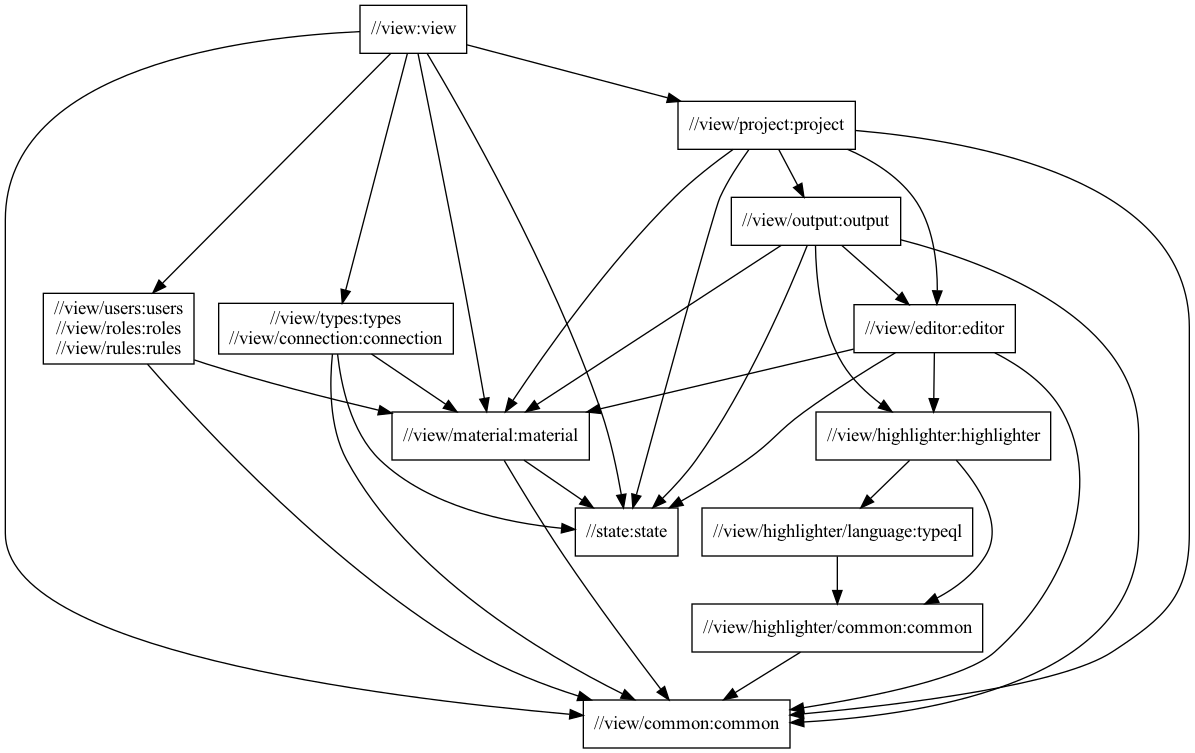
The Graphviz diagram docs/view-package-structure.png in typedb/typedb-studio, before a commit. Its source is kept beside it as docs/view-package-structure.dot.
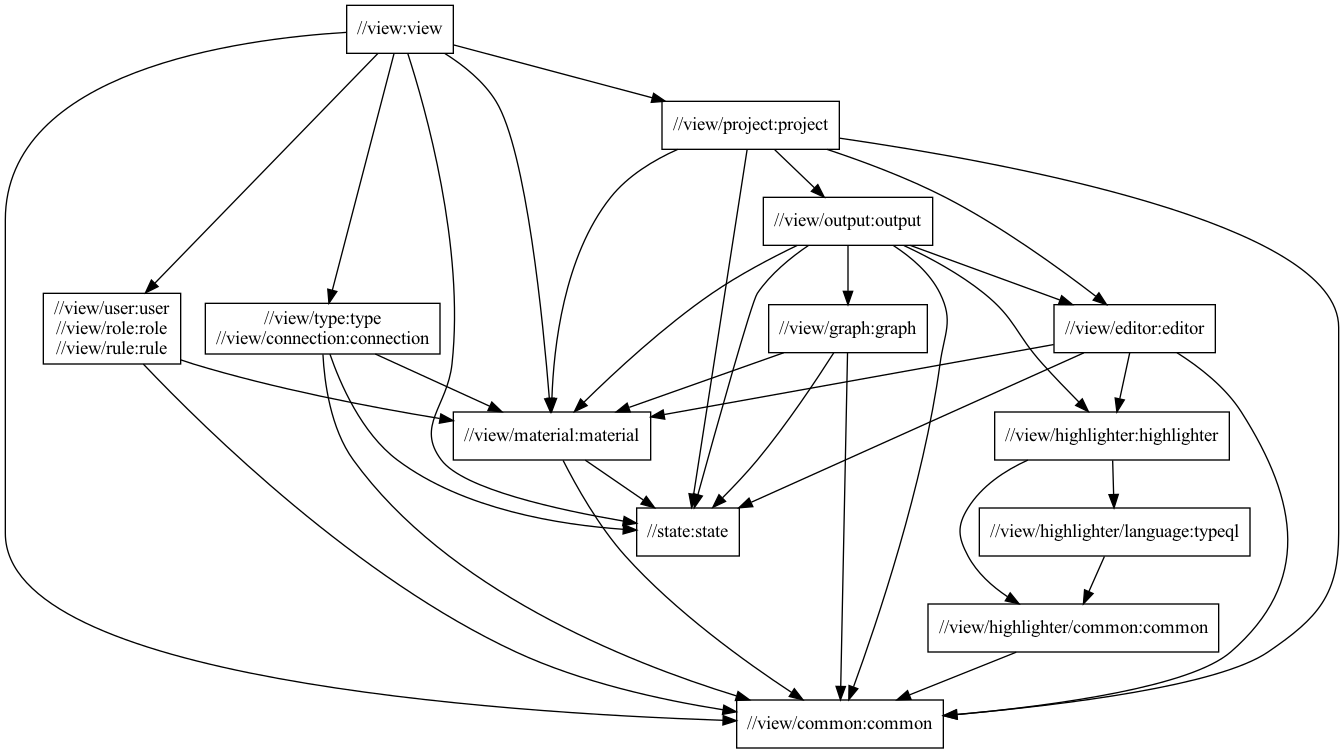
Later version of the same file.

Commit message:
Update package structure documentation diagrams

Diff of the diagram source:
```diff
@@ -2,18 +2,11 @@
   node [shape=box];
   "//view:view"
   "//view:view" -> "//view/common:common"
-  "//view:view" -> "//view/types:types\n//view/connection:connection"
+  "//view:view" -> "//view/type:type\n//view/connection:connection"
   "//view:view" -> "//view/material:material"
   "//view:view" -> "//view/project:project"
-  "//view:view" -> "//view/users:users\n//view/roles:roles\n//view/rules:rules"
+  "//view:view" -> "//view/user:user\n//view/role:role\n//view/rule:rule"
   "//view:view" -> "//state:state"
-  "//view/users:users\n//view/roles:roles\n//view/rules:rules"
-  "//view/users:users\n//view/roles:roles\n//view/rules:rules" -> "//view/common:common"
-  "//view/users:users\n//view/roles:roles\n//view/rules:rules" -> "//view/material:material"
-  "//view/types:types\n//view/connection:connection"
-  "//view/types:types\n//view/connection:connection" -> "//view/common:common"
-  "//view/types:types\n//view/connection:connection" -> "//view/material:material"
-  "//view/types:types\n//view/connection:connection" -> "//state:state"
   "//view/project:project"
   "//view/project:project" -> "//view/common:common"
   "//view/project:project" -> "//view/editor:editor"
@@ -23,18 +16,22 @@
   "//view/output:output"
   "//view/output:output" -> "//view/common:common"
   "//view/output:output" -> "//view/editor:editor"
+  "//view/output:output" -> "//view/graph:graph"
   "//view/output:output" -> "//view/highlighter:highlighter"
   "//view/output:output" -> "//view/material:material"
   "//view/output:output" -> "//state:state"
+  "//view/graph:graph"
+  "//view/graph:graph" -> "//view/common:common"
+  "//view/graph:graph" -> "//view/material:material"
+  "//view/graph:graph" -> "//state:state"
+  "//view/user:user\n//view/role:role\n//view/rule:rule"
+  "//view/user:user\n//view/role:role\n//view/rule:rule" -> "//view/common:common"
+  "//view/user:user\n//view/role:role\n//view/rule:rule" -> "//view/material:material"
   "//view/editor:editor"
   "//view/editor:editor" -> "//view/common:common"
   "//view/editor:editor" -> "//view/highlighter:highlighter"
   "//view/editor:editor" -> "//view/material:material"
   "//view/editor:editor" -> "//state:state"
-  "//view/material:material"
-  "//view/material:material" -> "//view/common:common"
-  "//view/material:material" -> "//state:state"
-  "//state:state"
   "//view/highlighter:highlighter"
   "//view/highlighter:highlighter" -> "//view/highlighter/common:common"
   "//view/highlighter:highlighter" -> "//view/highlighter/language:typeql"
@@ -42,5 +39,13 @@
   "//view/highlighter/language:typeql" -> "//view/highlighter/common:common"
   "//view/highlighter/common:common"
   "//view/highlighter/common:common" -> "//view/common:common"
+  "//view/type:type\n//view/connection:connection"
+  "//view/type:type\n//view/connection:connection" -> "//view/common:common"
+  "//view/type:type\n//view/connection:connection" -> "//view/material:material"
+  "//view/type:type\n//view/connection:connection" -> "//state:state"
+  "//view/material:material"
+  "//view/material:material" -> "//view/common:common"
+  "//view/material:material" -> "//state:state"
+  "//state:state"
   "//view/common:common"
 }
```
